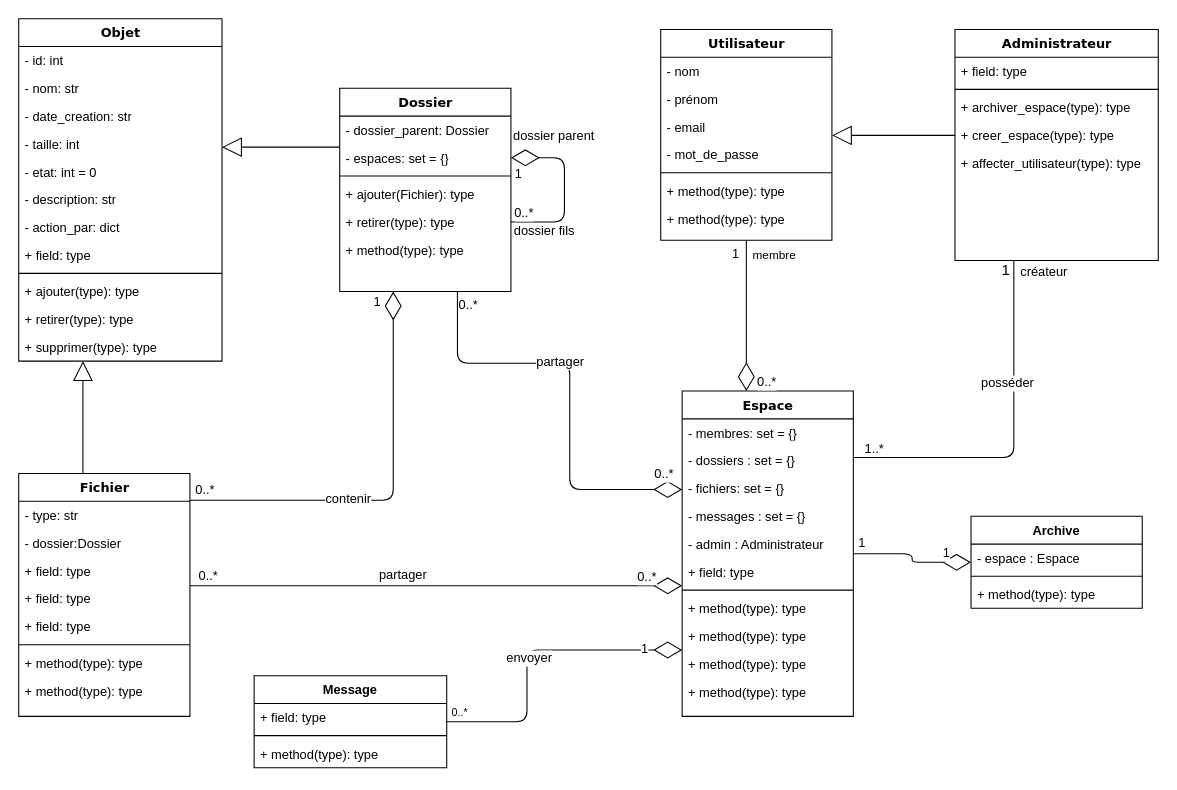
The draw.io diagram diagrams/Class.drawio in AbdourahamaneIssakaSani/ged, before the edit. Source tidied: cells renumbered, new cells numbered last; positions are measured from the earlier drawing's top-left corner, leaving out a move shared by most shapes. Both pictures are drawn from the tidied source at 107%, with x=0, y=0 at pixel (18, 18).
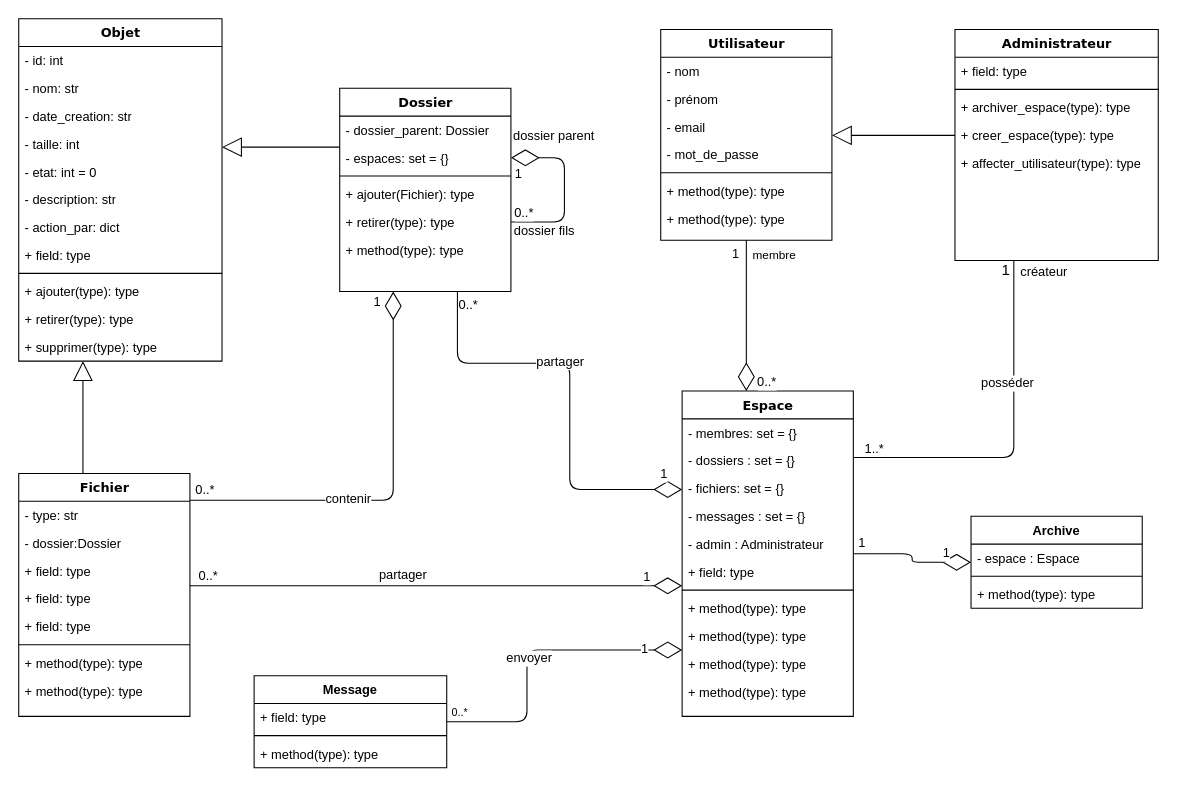
The same page after the edit.

Unchanged cells that the change refers to:
```xml
<mxCell id="2" style="endArrow=diamondThin;endFill=0;endSize=24;html=1;edgeStyle=orthogonalEdgeStyle;fontSize=12;" parent="1" edge="1" source="15" target="30">
  <mxGeometry relative="1" as="geometry">
    <Array as="points">
      <mxPoint x="410" y="322" />
      <mxPoint x="515" y="322" />
      <mxPoint x="515" y="440" />
    </Array>
  </mxGeometry>
</mxCell>
<mxCell id="56" style="endArrow=diamondThin;endFill=0;endSize=24;html=1;edgeStyle=elbowEdgeStyle;elbow=vertical;" parent="1" edge="1" source="6" target="30">
  <mxGeometry relative="1" as="geometry">
    <Array as="points">
      <mxPoint x="500" y="530" />
    </Array>
  </mxGeometry>
</mxCell>
```

What changed in the source:
```diff
@@
-    <mxCell id="4" value="&lt;font style=&quot;font-size: 12px&quot;&gt;0..*&lt;/font&gt;" style="edgeLabel;html=1;align=center;verticalAlign=middle;" parent="2" vertex="1">
+    <mxCell id="4" value="&lt;font style=&quot;font-size: 12px&quot;&gt;1&lt;/font&gt;" style="edgeLabel;html=1;align=center;verticalAlign=middle;" parent="2" vertex="1">
       <mxGeometry x="0.81" y="2" relative="1" as="geometry">
         <mxPoint x="20" y="-13" as="offset" />
       </mxGeometry>
     </mxCell>
@@
-    <mxCell id="59" value="0..*" style="edgeLabel;html=1;align=center;verticalAlign=middle;fontSize=12;" parent="56" vertex="1">
+    <mxCell id="59" value="1" style="edgeLabel;html=1;align=center;verticalAlign=middle;fontSize=12;" parent="56" vertex="1">
       <mxGeometry x="0.87" relative="1" as="geometry">
         <mxPoint x="-4" y="-9" as="offset" />
       </mxGeometry>
     </mxCell>
```
